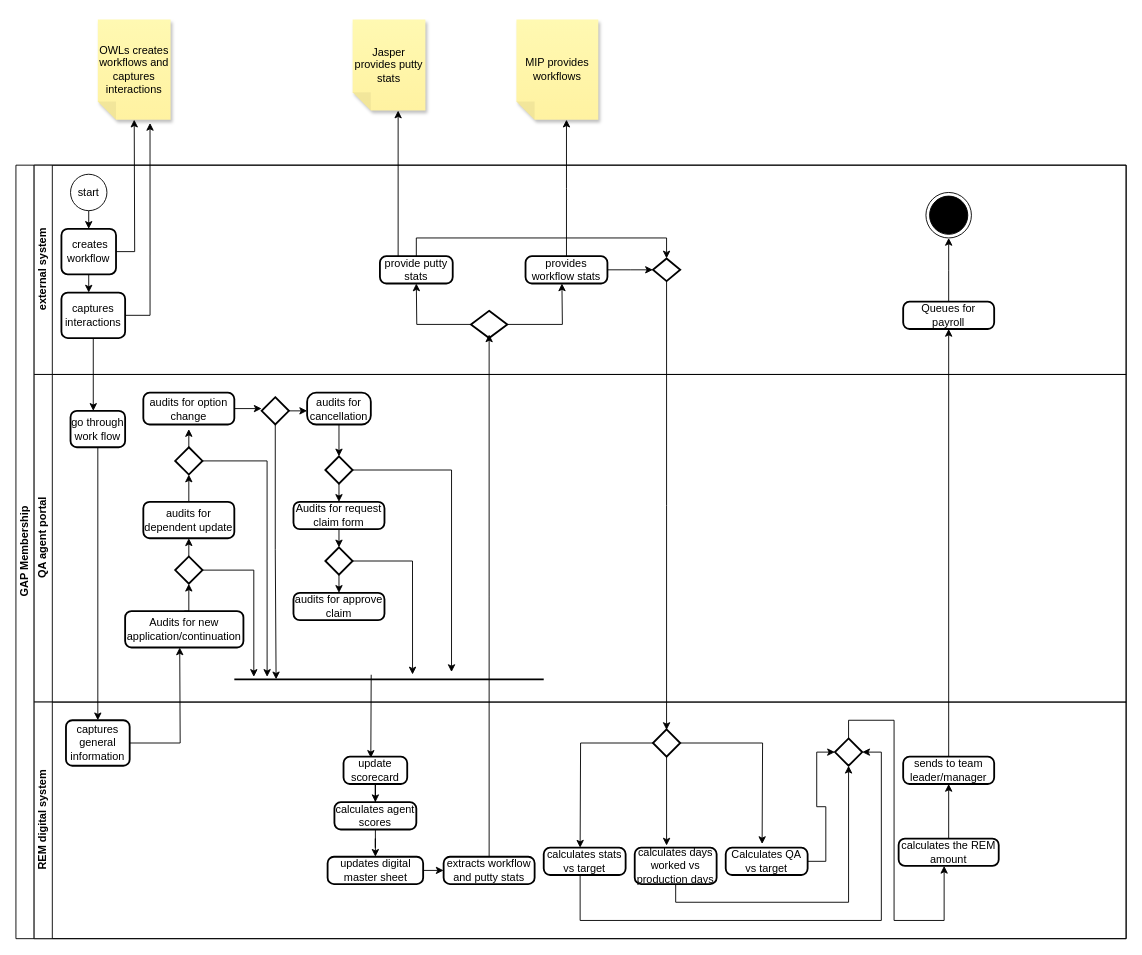
TJ-Kwetsane1993/Thato keeps this draw.io diagram as GAPmembership.drawio. Above is the earlier version. Source tidied: cells renumbered, new cells numbered last; positions are measured from the earlier drawing's top-left corner, leaving out a move shared by most shapes. Both pictures are drawn from the tidied source at 91%, with x=0, y=0 at pixel (15, 19).
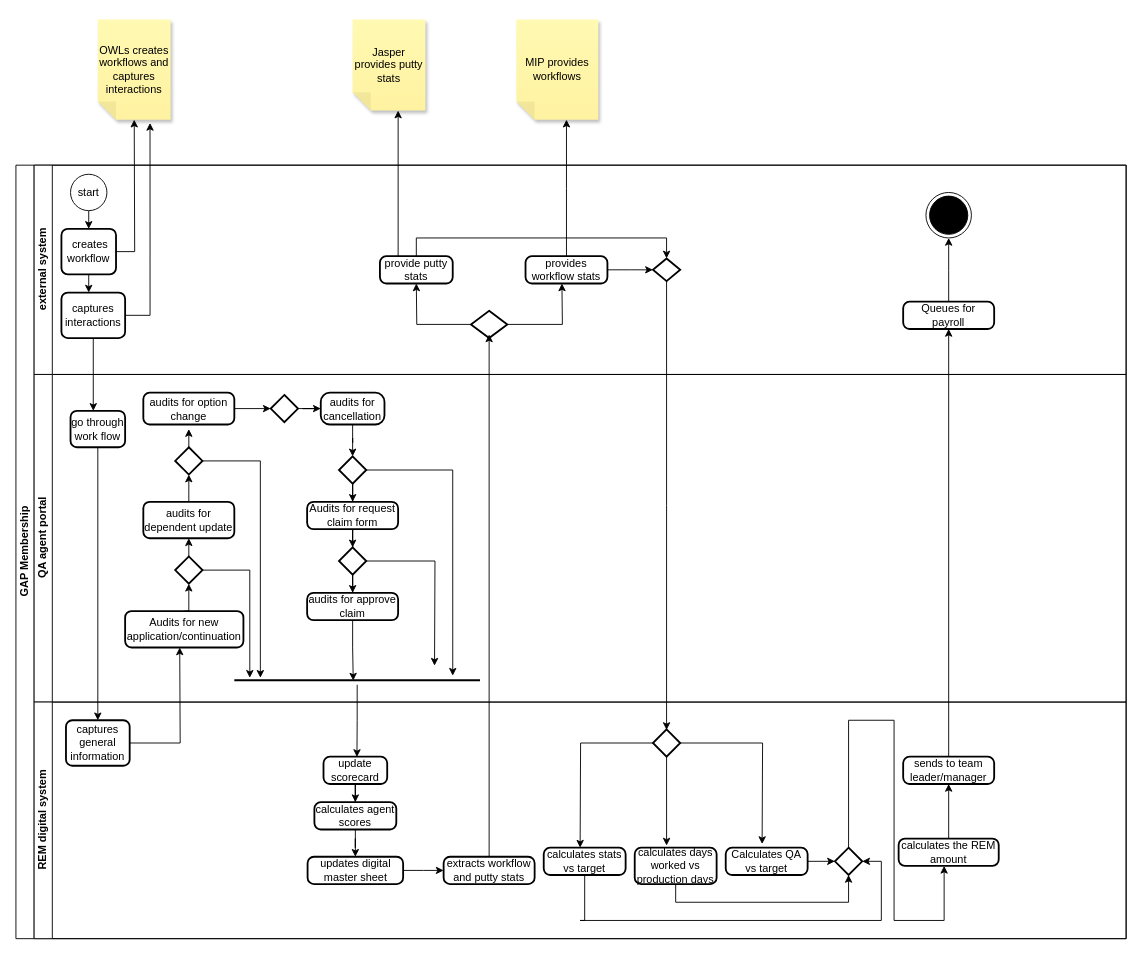
The same diagram, later.

Unchanged cells that the change refers to:
```xml
<mxCell id="2" value="GAP Membership" style="swimlane;html=1;horizontal=0;startSize=20;" parent="1" vertex="1">
  <mxGeometry y="160" width="1220" height="850" as="geometry" />
</mxCell>
<mxCell id="24" value="QA agent portal" style="swimlane;html=1;startSize=20;horizontal=0;" parent="2" vertex="1">
  <mxGeometry x="20" y="230" width="1200" height="360" as="geometry" />
</mxCell>
<mxCell id="32" style="strokeWidth=2;html=1;shape=mxgraph.flowchart.decision;whiteSpace=wrap;" parent="24" vertex="1">
  <mxGeometry x="155" y="80" width="30" height="30" as="geometry" />
</mxCell>
<mxCell id="35" value="audits for option change" style="rounded=1;whiteSpace=wrap;html=1;absoluteArcSize=1;arcSize=14;strokeWidth=2;" parent="24" vertex="1">
  <mxGeometry x="120" y="20" width="100" height="35" as="geometry" />
</mxCell>
<mxCell id="53" value="REM digital system" style="swimlane;html=1;startSize=20;horizontal=0;" parent="2" vertex="1">
  <mxGeometry x="20" y="590" width="1200" height="260" as="geometry" />
</mxCell>
```

What changed in the source:
```diff
@@
-    <mxCell id="34" style="edgeStyle=orthogonalEdgeStyle;rounded=0;jettySize=auto;html=1;exitX=1;exitY=0.5;exitDx=0;exitDy=0;" parent="24" edge="1" source="35">
-      <mxGeometry relative="1" as="geometry">
-        <mxPoint x="250" y="38" as="targetPoint" />
-      </mxGeometry>
-    </mxCell>
@@
-    <mxCell id="36" style="edgeStyle=orthogonalEdgeStyle;rounded=0;jettySize=auto;html=1;exitX=0.5;exitY=1;exitDx=0;exitDy=0;" parent="24" edge="1" source="37">
-      <mxGeometry relative="1" as="geometry">
-        <mxPoint x="335" y="90" as="targetPoint" />
-      </mxGeometry>
-    </mxCell>
     <mxCell id="37" value="audits for cancellation" style="rounded=1;whiteSpace=wrap;html=1;absoluteArcSize=1;arcSize=20;strokeWidth=2;" parent="24" vertex="1">
-      <mxGeometry x="300" y="20" width="70" height="35" as="geometry" />
+      <mxGeometry x="315" y="20" width="70" height="35" as="geometry" />
     </mxCell>
-    <mxCell id="38" style="edgeStyle=orthogonalEdgeStyle;rounded=0;jettySize=auto;html=1;exitX=1;exitY=0.5;exitDx=0;exitDy=0;exitPerimeter=0;" parent="24" edge="1" source="40">
-      <mxGeometry relative="1" as="geometry">
-        <mxPoint x="300" y="40" as="targetPoint" />
-      </mxGeometry>
-    </mxCell>
-    <mxCell id="39" style="edgeStyle=orthogonalEdgeStyle;rounded=0;jettySize=auto;html=1;exitX=0.5;exitY=1;exitDx=0;exitDy=0;exitPerimeter=0;entryX=0.135;entryY=0.5;entryDx=0;entryDy=0;entryPerimeter=0;" parent="24" edge="1" source="40" target="48">
-      <mxGeometry relative="1" as="geometry" />
-    </mxCell>
+    <mxCell id="88" style="edgeStyle=orthogonalEdgeStyle;rounded=0;jettySize=auto;html=1;" parent="24" edge="1" source="40" target="37">
+      <mxGeometry relative="1" as="geometry" />
+    </mxCell>
     <mxCell id="40" style="strokeWidth=2;html=1;shape=mxgraph.flowchart.decision;whiteSpace=wrap;" parent="24" vertex="1">
-      <mxGeometry x="250" y="25" width="30" height="30" as="geometry" />
+      <mxGeometry x="260" y="22.5" width="30" height="30" as="geometry" />
     </mxCell>
-    <mxCell id="41" style="edgeStyle=orthogonalEdgeStyle;rounded=0;jettySize=auto;html=1;exitX=0.5;exitY=1;exitDx=0;exitDy=0;exitPerimeter=0;" parent="24" edge="1" source="42">
-      <mxGeometry relative="1" as="geometry">
-        <mxPoint x="335" y="140" as="targetPoint" />
-      </mxGeometry>
-    </mxCell>
+    <mxCell id="89" style="edgeStyle=orthogonalEdgeStyle;rounded=0;jettySize=auto;html=1;entryX=0.5;entryY=0;entryDx=0;entryDy=0;" parent="24" edge="1" source="42" target="44">
+      <mxGeometry relative="1" as="geometry" />
+    </mxCell>
     <mxCell id="42" style="strokeWidth=2;html=1;shape=mxgraph.flowchart.decision;whiteSpace=wrap;" parent="24" vertex="1">
-      <mxGeometry x="320" y="90" width="30" height="30" as="geometry" />
+      <mxGeometry x="335" y="90" width="30" height="30" as="geometry" />
     </mxCell>
-    <mxCell id="43" style="edgeStyle=orthogonalEdgeStyle;rounded=0;jettySize=auto;html=1;exitX=0.5;exitY=1;exitDx=0;exitDy=0;" parent="24" edge="1" source="44">
-      <mxGeometry relative="1" as="geometry">
-        <mxPoint x="335" y="190" as="targetPoint" />
-      </mxGeometry>
-    </mxCell>
     <mxCell id="44" value="Audits for request claim form" style="rounded=1;whiteSpace=wrap;html=1;absoluteArcSize=1;arcSize=14;strokeWidth=2;" parent="24" vertex="1">
-      <mxGeometry x="285" y="140" width="100" height="30" as="geometry" />
+      <mxGeometry x="300" y="140" width="100" height="30" as="geometry" />
     </mxCell>
-    <mxCell id="45" style="edgeStyle=orthogonalEdgeStyle;rounded=0;jettySize=auto;html=1;exitX=0.5;exitY=1;exitDx=0;exitDy=0;exitPerimeter=0;" parent="24" edge="1" source="46">
-      <mxGeometry relative="1" as="geometry">
-        <mxPoint x="335" y="240" as="targetPoint" />
-      </mxGeometry>
-    </mxCell>
+    <mxCell id="90" style="edgeStyle=orthogonalEdgeStyle;rounded=0;jettySize=auto;html=1;entryX=0.5;entryY=0;entryDx=0;entryDy=0;" parent="24" edge="1" source="46" target="47">
+      <mxGeometry relative="1" as="geometry" />
+    </mxCell>
+    <mxCell id="91" style="edgeStyle=orthogonalEdgeStyle;rounded=0;jettySize=auto;html=1;" parent="24" edge="1" source="46">
+      <mxGeometry relative="1" as="geometry">
+        <mxPoint x="440" y="320" as="targetPoint" />
+      </mxGeometry>
+    </mxCell>
     <mxCell id="46" style="strokeWidth=2;html=1;shape=mxgraph.flowchart.decision;whiteSpace=wrap;" parent="24" vertex="1">
-      <mxGeometry x="320" y="190" width="30" height="30" as="geometry" />
+      <mxGeometry x="335" y="190" width="30" height="30" as="geometry" />
     </mxCell>
     <mxCell id="47" value="audits for approve claim" style="rounded=1;whiteSpace=wrap;html=1;absoluteArcSize=1;arcSize=14;strokeWidth=2;" parent="24" vertex="1">
-      <mxGeometry x="285" y="240" width="100" height="30" as="geometry" />
+      <mxGeometry x="300" y="240" width="100" height="30" as="geometry" />
     </mxCell>
     <mxCell id="48" style="line;strokeWidth=2;html=1;" parent="24" vertex="1">
-      <mxGeometry x="220" y="330" width="340" height="10" as="geometry" />
+      <mxGeometry x="220" y="331" width="270" height="10" as="geometry" />
     </mxCell>
     <mxCell id="49" style="edgeStyle=orthogonalEdgeStyle;rounded=0;jettySize=auto;html=1;exitX=1;exitY=0.5;exitDx=0;exitDy=0;exitPerimeter=0;entryX=0.106;entryY=0.233;entryDx=0;entryDy=0;entryPerimeter=0;" parent="24" edge="1" source="32" target="48">
-      <mxGeometry relative="1" as="geometry" />
+      <mxGeometry relative="1" as="geometry">
+        <Array as="points">
+          <mxPoint x="249" y="95" />
+        </Array>
+      </mxGeometry>
     </mxCell>
@@
+    <mxCell id="92" style="edgeStyle=orthogonalEdgeStyle;rounded=0;jettySize=auto;html=1;entryX=0.5;entryY=0;entryDx=0;entryDy=0;entryPerimeter=0;" parent="24" edge="1" source="44" target="46">
+      <mxGeometry relative="1" as="geometry" />
+    </mxCell>
+    <mxCell id="93" style="edgeStyle=orthogonalEdgeStyle;rounded=0;jettySize=auto;html=1;entryX=0.5;entryY=0;entryDx=0;entryDy=0;entryPerimeter=0;" parent="24" edge="1" source="37" target="42">
+      <mxGeometry relative="1" as="geometry" />
+    </mxCell>
+    <mxCell id="94" style="edgeStyle=orthogonalEdgeStyle;rounded=0;jettySize=auto;html=1;entryX=0;entryY=0.5;entryDx=0;entryDy=0;entryPerimeter=0;" parent="24" edge="1" source="35" target="40">
+      <mxGeometry relative="1" as="geometry" />
+    </mxCell>
-    <mxCell id="51" style="edgeStyle=orthogonalEdgeStyle;rounded=0;jettySize=auto;html=1;exitX=1;exitY=0.5;exitDx=0;exitDy=0;exitPerimeter=0;entryX=0.702;entryY=-0.3;entryDx=0;entryDy=0;entryPerimeter=0;" parent="24" edge="1" source="42" target="48">
-      <mxGeometry relative="1" as="geometry" />
+    <mxCell id="51" style="edgeStyle=orthogonalEdgeStyle;rounded=0;jettySize=auto;html=1;entryX=0.889;entryY=0;entryDx=0;entryDy=0;entryPerimeter=0;" parent="24" edge="1" source="42" target="48">
+      <mxGeometry relative="1" as="geometry">
+        <Array as="points">
+          <mxPoint x="460" y="105" />
+        </Array>
+      </mxGeometry>
     </mxCell>
-    <mxCell id="52" style="edgeStyle=orthogonalEdgeStyle;rounded=0;jettySize=auto;html=1;exitX=1;exitY=0.5;exitDx=0;exitDy=0;exitPerimeter=0;entryX=0.576;entryY=-0.033;entryDx=0;entryDy=0;entryPerimeter=0;" parent="24" edge="1" source="46" target="48">
-      <mxGeometry relative="1" as="geometry" />
-    </mxCell>
+    <mxCell id="95" style="edgeStyle=orthogonalEdgeStyle;rounded=0;jettySize=auto;html=1;entryX=0.484;entryY=0.538;entryDx=0;entryDy=0;entryPerimeter=0;" parent="24" edge="1" source="47" target="48">
+      <mxGeometry relative="1" as="geometry" />
+    </mxCell>
@@
-    <mxCell id="55" style="endArrow=classic;html=1;rounded=0;exitX=0.457;exitY=1.367;exitDx=0;exitDy=0;exitPerimeter=0;" parent="53" edge="1">
-      <mxGeometry relative="1" as="geometry">
-        <mxPoint x="370.4" y="-30" as="sourcePoint" />
-        <mxPoint x="370" y="61.3" as="targetPoint" />
-      </mxGeometry>
-    </mxCell>
@@
     <mxCell id="57" value="update scorecard" style="rounded=1;whiteSpace=wrap;html=1;absoluteArcSize=1;arcSize=14;strokeWidth=2;" parent="53" vertex="1">
-      <mxGeometry x="340" y="60" width="70" height="30" as="geometry" />
+      <mxGeometry x="318" y="60" width="70" height="30" as="geometry" />
     </mxCell>
     <mxCell id="58" value="calculates agent scores" style="rounded=1;whiteSpace=wrap;html=1;absoluteArcSize=1;arcSize=14;strokeWidth=2;" parent="53" vertex="1">
-      <mxGeometry x="330" y="110" width="90" height="30" as="geometry" />
+      <mxGeometry x="308" y="110" width="90" height="30" as="geometry" />
     </mxCell>
@@
     <mxCell id="61" value="updates digital master sheet" style="rounded=1;whiteSpace=wrap;html=1;absoluteArcSize=1;arcSize=14;strokeWidth=2;" parent="53" vertex="1">
-      <mxGeometry x="322.5" y="170" width="105" height="30" as="geometry" />
+      <mxGeometry x="300.5" y="170" width="105" height="30" as="geometry" />
     </mxCell>
@@
     <mxCell id="73" style="strokeWidth=2;html=1;shape=mxgraph.flowchart.decision;whiteSpace=wrap;" parent="53" vertex="1">
-      <mxGeometry x="880" y="40" width="30" height="30" as="geometry" />
+      <mxGeometry x="880" y="160" width="30" height="30" as="geometry" />
     </mxCell>
@@
+    <mxCell id="96" style="edgeStyle=orthogonalEdgeStyle;rounded=0;jettySize=auto;html=1;entryX=0.525;entryY=0.012;entryDx=0;entryDy=0;entryPerimeter=0;" parent="2" edge="1" source="48" target="57">
+      <mxGeometry relative="1" as="geometry" />
+    </mxCell>
```
